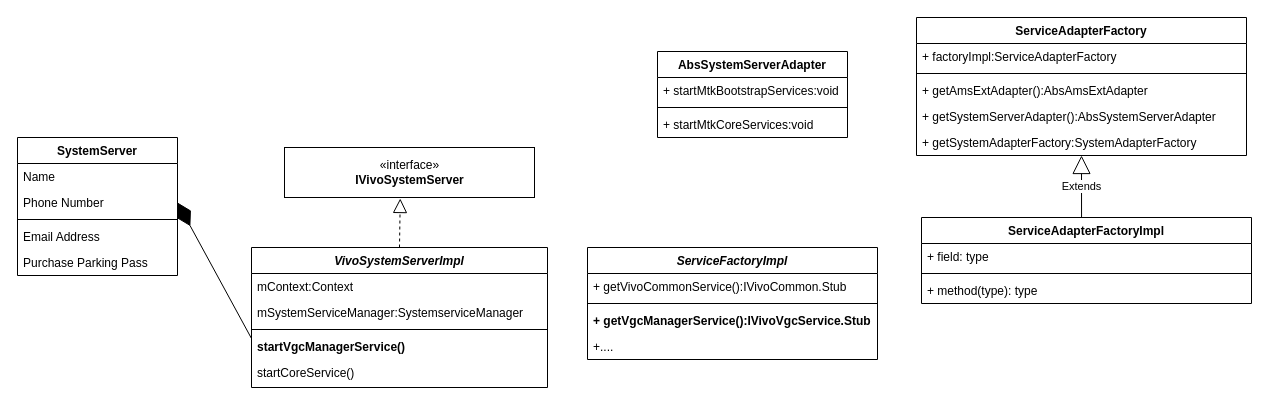
quexiaolong/OV-ExFramework keeps this draw.io diagram as vivo-exsystemserver-analyz-20221102.drawio. Above is the earlier version. Source tidied: cells renumbered, new cells numbered last; positions are measured from the earlier drawing's top-left corner, leaving out a move shared by most shapes. Both pictures are drawn from the tidied source at 100%, with x=0, y=0 at pixel (17, 17).
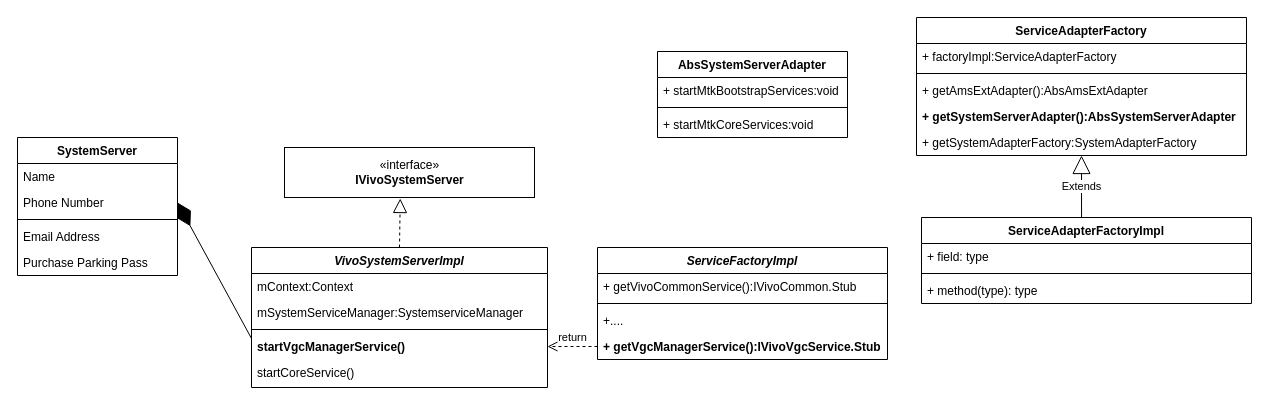
After the change.

The change refers to these unchanged cells:
```xml
<mxCell id="12" value="startVgcManagerService()" style="text;align=left;verticalAlign=top;spacingLeft=4;spacingRight=4;overflow=hidden;points=[[0,0.5],[1,0.5]];portConstraint=eastwest;fontStyle=1;" parent="8" vertex="1">
  <mxGeometry y="86" width="296" height="26" as="geometry" />
</mxCell>
<mxCell id="17" value="ServiceAdapterFactory" style="swimlane;fontStyle=1;align=center;verticalAlign=top;horizontal=1;startSize=26;" parent="1" vertex="1">
  <mxGeometry x="899" width="330" height="138" as="geometry" />
</mxCell>
```

What changed in the source:
```diff
@@
-    <mxCell id="21" value="+ getSystemServerAdapter():AbsSystemServerAdapter" style="text;strokeColor=none;fillColor=none;align=left;verticalAlign=top;spacingLeft=4;spacingRight=4;overflow=hidden;" parent="17" vertex="1">
+    <mxCell id="21" value="+ getSystemServerAdapter():AbsSystemServerAdapter" style="text;strokeColor=none;fillColor=none;align=left;verticalAlign=top;spacingLeft=4;spacingRight=4;overflow=hidden;fontStyle=1;" parent="17" vertex="1">
       <mxGeometry y="86" width="330" height="26" as="geometry" />
     </mxCell>
@@
     <mxCell id="23" value="ServiceFactoryImpl" style="swimlane;fontStyle=3;align=center;verticalAlign=top;horizontal=1;startSize=26;" parent="1" vertex="1">
-      <mxGeometry x="570" y="230" width="290" height="112" as="geometry" />
+      <mxGeometry x="580" y="230" width="290" height="112" as="geometry" />
     </mxCell>
@@
+    <mxCell id="27" value="+...." style="text;strokeColor=none;fillColor=none;align=left;verticalAlign=top;spacingLeft=4;spacingRight=4;overflow=hidden;fontStyle=0;" parent="23" vertex="1">
+      <mxGeometry y="60" width="290" height="26" as="geometry" />
+    </mxCell>
     <mxCell id="26" value="+ getVgcManagerService():IVivoVgcService.Stub" style="text;strokeColor=none;fillColor=none;align=left;verticalAlign=top;spacingLeft=4;spacingRight=4;overflow=hidden;points=[[0,0.5],[1,0.5]];portConstraint=eastwest;fontStyle=1;" parent="23" vertex="1">
-      <mxGeometry y="60" width="290" height="26" as="geometry" />
+      <mxGeometry y="86" width="290" height="26" as="geometry" />
     </mxCell>
-    <mxCell id="27" value="+...." style="text;strokeColor=none;fillColor=none;align=left;verticalAlign=top;spacingLeft=4;spacingRight=4;overflow=hidden;fontStyle=0;" parent="23" vertex="1">
-      <mxGeometry y="86" width="290" height="26" as="geometry" />
-    </mxCell>
@@
+    <mxCell id="37" value="return" style="html=1;verticalAlign=bottom;endArrow=open;dashed=1;endSize=8;rounded=0;" parent="1" edge="1" source="26" target="12">
+      <mxGeometry relative="1" as="geometry" />
+    </mxCell>
```
